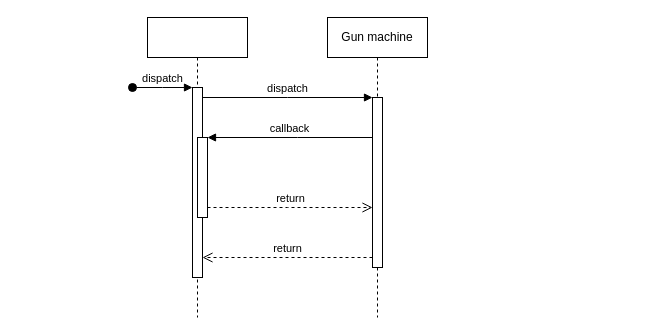
NgoThanhNha/fishing-diary-game-ak-base-kit-stm32l151 keeps this draw.io diagram as sequence_diagrams/fish_object_sequence_diagram.drawio. Above is the earlier version. Source tidied: cells renumbered, new cells numbered last; positions are measured from the earlier drawing's top-left corner, leaving out a move shared by most shapes. Both pictures are drawn from the tidied source at 100%, with x=0, y=0 at pixel (132, 17).
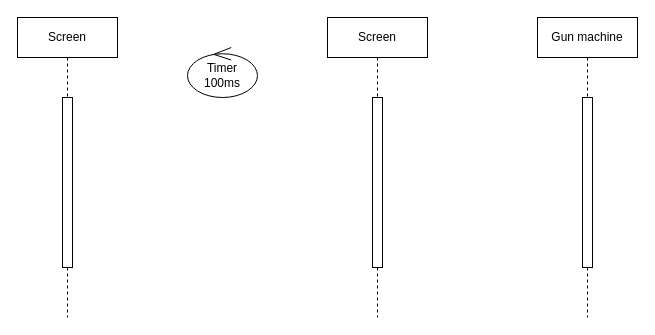
Above is the later version.

Commit message (it also covers changes not shown here):
Cập nhật fish_object_sequence_diagram.drawio

What changed in the source:
```diff
@@
 <mxGraphModel>
   <root>
     <mxCell id="0" />
     <mxCell id="1" parent="0" />
-    <mxCell id="2" style="shape=umlLifeline;perimeter=lifelinePerimeter;whiteSpace=wrap;html=1;newEdgeStyle={&quot;edgeStyle&quot;:&quot;elbowEdgeStyle&quot;,&quot;elbow&quot;:&quot;vertical&quot;,&quot;curved&quot;:0,&quot;rounded&quot;:0};" parent="1" vertex="1">
-      <mxGeometry x="15" width="100" height="300" as="geometry" />
-    </mxCell>
-    <mxCell id="3" style="html=1;points=[];perimeter=orthogonalPerimeter;outlineConnect=0;targetShapes=umlLifeline;portConstraint=eastwest;newEdgeStyle={&quot;edgeStyle&quot;:&quot;elbowEdgeStyle&quot;,&quot;elbow&quot;:&quot;vertical&quot;,&quot;curved&quot;:0,&quot;rounded&quot;:0};" parent="2" vertex="1">
-      <mxGeometry x="45" y="70" width="10" height="190" as="geometry" />
-    </mxCell>
-    <mxCell id="4" value="dispatch" style="html=1;verticalAlign=bottom;startArrow=oval;endArrow=block;startSize=8;edgeStyle=elbowEdgeStyle;elbow=vertical;curved=0;rounded=0;" parent="2" edge="1" target="3">
-      <mxGeometry relative="1" as="geometry">
-        <mxPoint x="-15" y="70" as="sourcePoint" />
-      </mxGeometry>
-    </mxCell>
-    <mxCell id="5" style="html=1;points=[];perimeter=orthogonalPerimeter;outlineConnect=0;targetShapes=umlLifeline;portConstraint=eastwest;newEdgeStyle={&quot;edgeStyle&quot;:&quot;elbowEdgeStyle&quot;,&quot;elbow&quot;:&quot;vertical&quot;,&quot;curved&quot;:0,&quot;rounded&quot;:0};" parent="2" vertex="1">
-      <mxGeometry x="50" y="120" width="10" height="80" as="geometry" />
-    </mxCell>
-    <mxCell id="6" value="Gun machine" style="shape=umlLifeline;perimeter=lifelinePerimeter;whiteSpace=wrap;html=1;newEdgeStyle={&quot;edgeStyle&quot;:&quot;elbowEdgeStyle&quot;,&quot;elbow&quot;:&quot;vertical&quot;,&quot;curved&quot;:0,&quot;rounded&quot;:0};" parent="1" vertex="1">
+    <mxCell id="6" value="Screen&lt;br&gt;" style="shape=umlLifeline;perimeter=lifelinePerimeter;whiteSpace=wrap;html=1;newEdgeStyle={&quot;edgeStyle&quot;:&quot;elbowEdgeStyle&quot;,&quot;elbow&quot;:&quot;vertical&quot;,&quot;curved&quot;:0,&quot;rounded&quot;:0};" parent="1" vertex="1">
       <mxGeometry x="195" width="100" height="300" as="geometry" />
     </mxCell>
     <mxCell id="7" style="html=1;points=[];perimeter=orthogonalPerimeter;outlineConnect=0;targetShapes=umlLifeline;portConstraint=eastwest;newEdgeStyle={&quot;edgeStyle&quot;:&quot;elbowEdgeStyle&quot;,&quot;elbow&quot;:&quot;vertical&quot;,&quot;curved&quot;:0,&quot;rounded&quot;:0};" parent="6" vertex="1">
       <mxGeometry x="45" y="80" width="10" height="170" as="geometry" />
     </mxCell>
-    <mxCell id="8" value="dispatch" style="html=1;verticalAlign=bottom;endArrow=block;edgeStyle=elbowEdgeStyle;elbow=vertical;curved=0;rounded=0;" parent="1" edge="1" source="3" target="7">
-      <mxGeometry relative="1" as="geometry">
-        <Array as="points">
-          <mxPoint x="155" y="80" />
-        </Array>
-      </mxGeometry>
-    </mxCell>
-    <mxCell id="9" value="return" style="html=1;verticalAlign=bottom;endArrow=open;dashed=1;endSize=8;edgeStyle=elbowEdgeStyle;elbow=vertical;curved=0;rounded=0;" parent="1" edge="1" source="7" target="3">
-      <mxGeometry relative="1" as="geometry">
-        <Array as="points">
-          <mxPoint x="165" y="240" />
-        </Array>
-      </mxGeometry>
-    </mxCell>
-    <mxCell id="10" value="callback" style="html=1;verticalAlign=bottom;endArrow=block;edgeStyle=elbowEdgeStyle;elbow=vertical;curved=0;rounded=0;" parent="1" edge="1" source="7" target="5">
-      <mxGeometry relative="1" as="geometry">
-        <Array as="points">
-          <mxPoint x="165" y="120" />
-        </Array>
-      </mxGeometry>
-    </mxCell>
-    <mxCell id="11" value="return" style="html=1;verticalAlign=bottom;endArrow=open;dashed=1;endSize=8;edgeStyle=elbowEdgeStyle;elbow=vertical;curved=0;rounded=0;" parent="1" edge="1" source="5" target="7">
-      <mxGeometry relative="1" as="geometry">
-        <Array as="points">
-          <mxPoint x="155" y="190" />
-        </Array>
-      </mxGeometry>
-    </mxCell>
+    <mxCell id="12" value="Gun machine" style="shape=umlLifeline;perimeter=lifelinePerimeter;whiteSpace=wrap;html=1;newEdgeStyle={&quot;edgeStyle&quot;:&quot;elbowEdgeStyle&quot;,&quot;elbow&quot;:&quot;vertical&quot;,&quot;curved&quot;:0,&quot;rounded&quot;:0};" parent="1" vertex="1">
+      <mxGeometry x="405" width="100" height="300" as="geometry" />
+    </mxCell>
+    <mxCell id="13" style="html=1;perimeter=orthogonalPerimeter;targetShapes=umlLifeline;newEdgeStyle={&quot;edgeStyle&quot;:&quot;elbowEdgeStyle&quot;,&quot;elbow&quot;:&quot;vertical&quot;,&quot;curved&quot;:0,&quot;rounded&quot;:0};" parent="12" vertex="1">
+      <mxGeometry x="45" y="80" width="10" height="170" as="geometry" />
+    </mxCell>
+    <mxCell id="14" value="Screen&lt;br&gt;" style="shape=umlLifeline;perimeter=lifelinePerimeter;whiteSpace=wrap;html=1;newEdgeStyle={&quot;edgeStyle&quot;:&quot;elbowEdgeStyle&quot;,&quot;elbow&quot;:&quot;vertical&quot;,&quot;curved&quot;:0,&quot;rounded&quot;:0};" parent="1" vertex="1">
+      <mxGeometry x="-115" width="100" height="300" as="geometry" />
+    </mxCell>
+    <mxCell id="15" style="html=1;perimeter=orthogonalPerimeter;targetShapes=umlLifeline;newEdgeStyle={&quot;edgeStyle&quot;:&quot;elbowEdgeStyle&quot;,&quot;elbow&quot;:&quot;vertical&quot;,&quot;curved&quot;:0,&quot;rounded&quot;:0};" parent="14" vertex="1">
+      <mxGeometry x="45" y="80" width="10" height="170" as="geometry" />
+    </mxCell>
+    <mxCell id="16" value="Timer 100ms" style="ellipse;shape=umlControl;whiteSpace=wrap;html=1;" parent="1" vertex="1">
+      <mxGeometry x="55" y="30" width="70" height="50" as="geometry" />
+    </mxCell>
   </root>
 </mxGraphModel>
```
